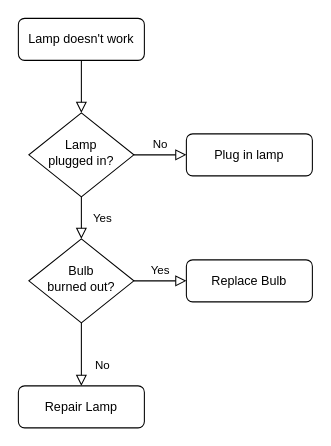
eunjun9/semiproject keeps this draw.io diagram as Untitled Diagram.drawio. Above is the earlier version. Source tidied: cells renumbered, new cells numbered last; positions are measured from the earlier drawing's top-left corner, leaving out a move shared by most shapes. Both pictures are drawn from the tidied source at 105%, with x=0, y=0 at pixel (18, 18).
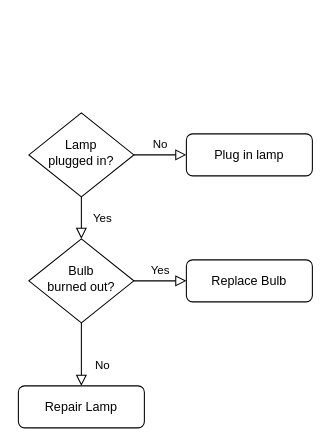
Above is the later version.

Change to the diagram source:
```diff
@@
 <mxGraphModel>
   <root>
     <mxCell id="0" />
     <mxCell id="1" parent="0" />
-    <mxCell id="2" style="rounded=0;html=1;jettySize=auto;fontSize=11;endArrow=block;endFill=0;endSize=8;strokeWidth=1;shadow=0;labelBackgroundColor=none;edgeStyle=orthogonalEdgeStyle;" parent="1" edge="1" source="3" target="6">
-      <mxGeometry relative="1" as="geometry" />
-    </mxCell>
-    <mxCell id="3" value="Lamp doesn't work" style="rounded=1;whiteSpace=wrap;html=1;fontSize=12;glass=0;strokeWidth=1;shadow=0;" parent="1" vertex="1">
-      <mxGeometry width="120" height="40" as="geometry" />
-    </mxCell>
     <mxCell id="4" value="Yes" style="rounded=0;html=1;jettySize=auto;fontSize=11;endArrow=block;endFill=0;endSize=8;strokeWidth=1;shadow=0;labelBackgroundColor=none;edgeStyle=orthogonalEdgeStyle;" parent="1" edge="1" source="6" target="10">
       <mxGeometry y="20" relative="1" as="geometry" />
     </mxCell>
     <mxCell id="5" value="No" style="edgeStyle=orthogonalEdgeStyle;rounded=0;html=1;jettySize=auto;fontSize=11;endArrow=block;endFill=0;endSize=8;strokeWidth=1;shadow=0;labelBackgroundColor=none;" parent="1" edge="1" source="6" target="7">
       <mxGeometry y="10" relative="1" as="geometry" />
     </mxCell>
     <mxCell id="6" value="Lamp&lt;br&gt;plugged in?" style="rhombus;whiteSpace=wrap;html=1;shadow=0;fontFamily=Helvetica;fontSize=12;align=center;strokeWidth=1;spacing=6;spacingTop=-4;" parent="1" vertex="1">
       <mxGeometry x="10" y="90" width="100" height="80" as="geometry" />
     </mxCell>
     <mxCell id="7" value="Plug in lamp" style="rounded=1;whiteSpace=wrap;html=1;fontSize=12;glass=0;strokeWidth=1;shadow=0;" parent="1" vertex="1">
       <mxGeometry x="160" y="110" width="120" height="40" as="geometry" />
     </mxCell>
     <mxCell id="8" value="No" style="rounded=0;html=1;jettySize=auto;fontSize=11;endArrow=block;endFill=0;endSize=8;strokeWidth=1;shadow=0;labelBackgroundColor=none;edgeStyle=orthogonalEdgeStyle;" parent="1" edge="1" source="10" target="11">
       <mxGeometry x="0.33" y="20" relative="1" as="geometry" />
     </mxCell>
     <mxCell id="9" value="Yes" style="edgeStyle=orthogonalEdgeStyle;rounded=0;html=1;jettySize=auto;fontSize=11;endArrow=block;endFill=0;endSize=8;strokeWidth=1;shadow=0;labelBackgroundColor=none;" parent="1" edge="1" source="10" target="12">
       <mxGeometry y="10" relative="1" as="geometry" />
     </mxCell>
     <mxCell id="10" value="Bulb&lt;br&gt;burned out?" style="rhombus;whiteSpace=wrap;html=1;shadow=0;fontFamily=Helvetica;fontSize=12;align=center;strokeWidth=1;spacing=6;spacingTop=-4;" parent="1" vertex="1">
       <mxGeometry x="10" y="210" width="100" height="80" as="geometry" />
     </mxCell>
     <mxCell id="11" value="Repair Lamp" style="rounded=1;whiteSpace=wrap;html=1;fontSize=12;glass=0;strokeWidth=1;shadow=0;" parent="1" vertex="1">
       <mxGeometry y="350" width="120" height="40" as="geometry" />
     </mxCell>
     <mxCell id="12" value="Replace Bulb" style="rounded=1;whiteSpace=wrap;html=1;fontSize=12;glass=0;strokeWidth=1;shadow=0;" parent="1" vertex="1">
       <mxGeometry x="160" y="230" width="120" height="40" as="geometry" />
     </mxCell>
   </root>
 </mxGraphModel>
```
